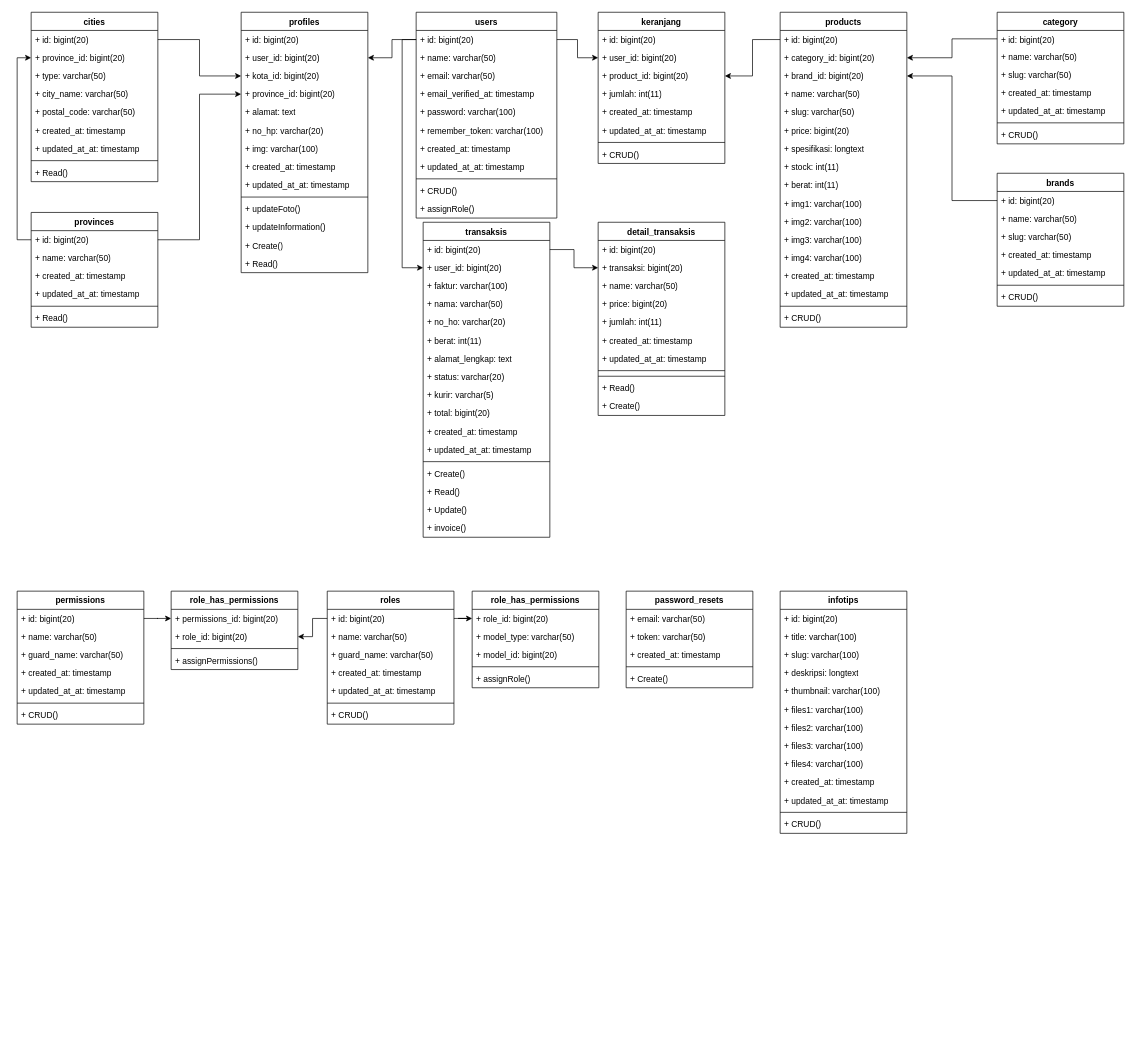
The draw.io diagram page "class" (2 of 2) of classdiagram.drawio in ThikerXCX/umltoko, before the edit. Source tidied: cells renumbered, new cells numbered last; positions are measured from the earlier drawing's top-left corner, leaving out a move shared by most shapes. Both pictures are drawn from the tidied source at 70%, with x=0, y=0 at pixel (17, 12).
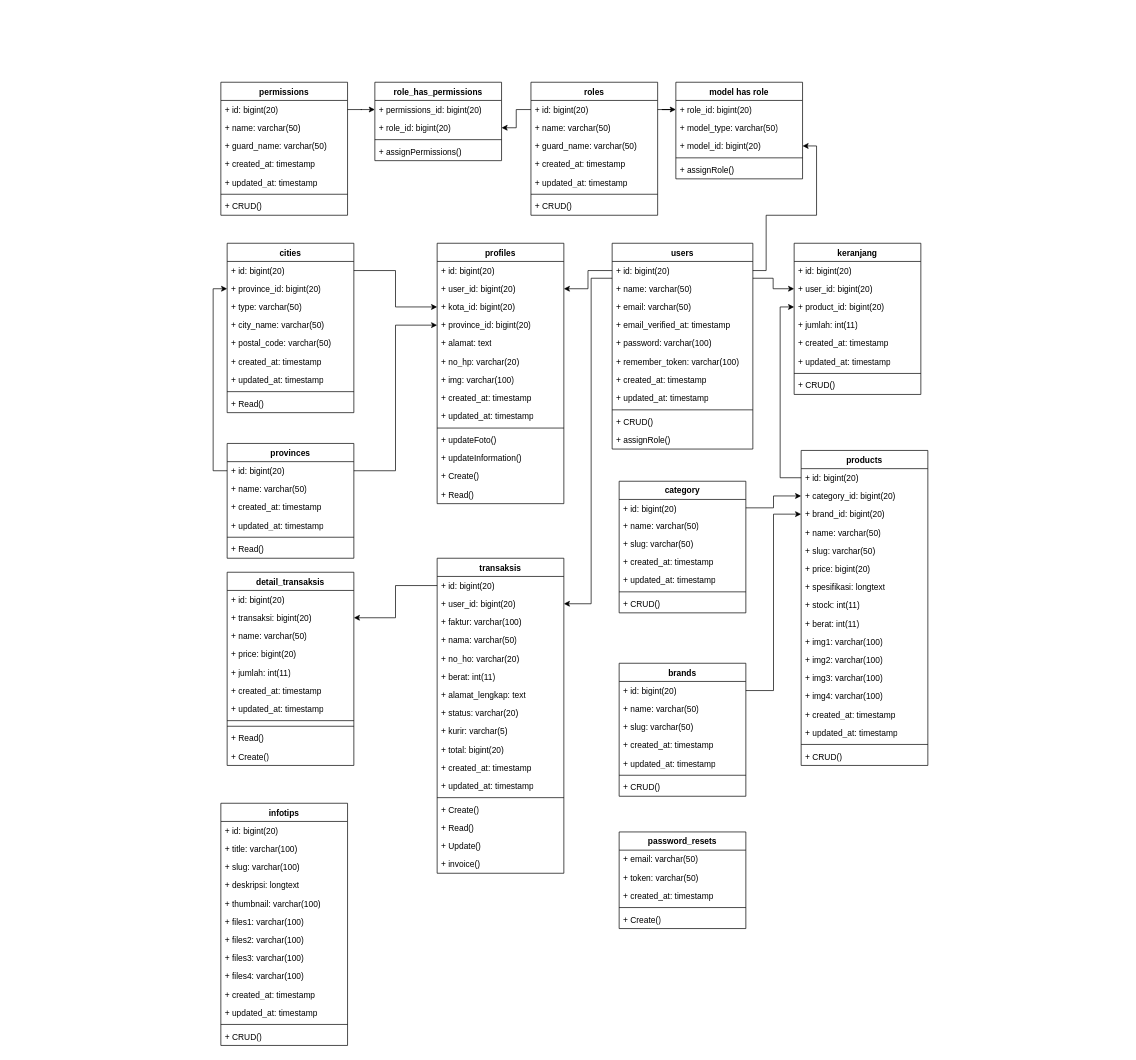
After the change.

Unchanged cells that the change refers to:
```xml
<mxCell id="18" value="+ id: bigint(20)" style="text;strokeColor=none;fillColor=none;align=left;verticalAlign=top;spacingLeft=4;spacingRight=4;overflow=hidden;points=[[0,0.5],[1,0.5]];portConstraint=eastwest;whiteSpace=wrap;html=1;" parent="17" vertex="1">
  <mxGeometry y="26" width="201" height="26" as="geometry" />
</mxCell>
<mxCell id="31" value="+ user_id: bigint(20)" style="text;strokeColor=none;fillColor=none;align=left;verticalAlign=top;spacingLeft=4;spacingRight=4;overflow=hidden;points=[[0,0.5],[1,0.5]];portConstraint=eastwest;whiteSpace=wrap;html=1;" parent="29" vertex="1">
  <mxGeometry y="52" width="181" height="26" as="geometry" />
</mxCell>
<mxCell id="32" value="+ product_id: bigint(20)" style="text;strokeColor=none;fillColor=none;align=left;verticalAlign=top;spacingLeft=4;spacingRight=4;overflow=hidden;points=[[0,0.5],[1,0.5]];portConstraint=eastwest;whiteSpace=wrap;html=1;" parent="29" vertex="1">
  <mxGeometry y="78" width="181" height="26" as="geometry" />
</mxCell>
<mxCell id="39" value="+ id: bigint(20)" style="text;strokeColor=none;fillColor=none;align=left;verticalAlign=top;spacingLeft=4;spacingRight=4;overflow=hidden;points=[[0,0.5],[1,0.5]];portConstraint=eastwest;whiteSpace=wrap;html=1;" parent="38" vertex="1">
  <mxGeometry y="26" width="181" height="26" as="geometry" />
</mxCell>
<mxCell id="98" value="+ user_id: bigint(20)" style="text;strokeColor=none;fillColor=none;align=left;verticalAlign=top;spacingLeft=4;spacingRight=4;overflow=hidden;points=[[0,0.5],[1,0.5]];portConstraint=eastwest;whiteSpace=wrap;html=1;" parent="96" vertex="1">
  <mxGeometry y="52" width="181" height="26" as="geometry" />
</mxCell>
<mxCell id="157" value="+ model_id: bigint(20)" style="text;strokeColor=none;fillColor=none;align=left;verticalAlign=top;spacingLeft=4;spacingRight=4;overflow=hidden;points=[[0,0.5],[1,0.5]];portConstraint=eastwest;whiteSpace=wrap;html=1;" parent="154" vertex="1">
  <mxGeometry y="78" width="181" height="26" as="geometry" />
</mxCell>
```

The edit, as a diff of the source:
```diff
@@
     <mxCell id="2" value="profiles" style="swimlane;fontStyle=1;align=center;verticalAlign=top;horizontal=1;startSize=26;whiteSpace=wrap;html=1;" parent="1" vertex="1">
-      <mxGeometry x="320" width="181" height="372" as="geometry" />
+      <mxGeometry x="600" y="330" width="181" height="372" as="geometry" />
     </mxCell>
@@
-    <mxCell id="11" value="+ updated_at_at: timestamp" style="text;strokeColor=none;fillColor=none;align=left;verticalAlign=top;spacingLeft=4;spacingRight=4;overflow=hidden;whiteSpace=wrap;html=1;" parent="2" vertex="1">
+    <mxCell id="11" value="+ updated_at: timestamp" style="text;strokeColor=none;fillColor=none;align=left;verticalAlign=top;spacingLeft=4;spacingRight=4;overflow=hidden;whiteSpace=wrap;html=1;" parent="2" vertex="1">
       <mxGeometry y="234" width="181" height="26" as="geometry" />
     </mxCell>
@@
     <mxCell id="17" value="users" style="swimlane;fontStyle=1;align=center;verticalAlign=top;horizontal=1;startSize=26;whiteSpace=wrap;html=1;" parent="1" vertex="1">
-      <mxGeometry x="570" width="201" height="294" as="geometry" />
+      <mxGeometry x="850" y="330" width="201" height="294" as="geometry" />
     </mxCell>
@@
-    <mxCell id="25" value="+ updated_at_at: timestamp" style="text;strokeColor=none;fillColor=none;align=left;verticalAlign=top;spacingLeft=4;spacingRight=4;overflow=hidden;whiteSpace=wrap;html=1;" parent="17" vertex="1">
+    <mxCell id="25" value="+ updated_at: timestamp" style="text;strokeColor=none;fillColor=none;align=left;verticalAlign=top;spacingLeft=4;spacingRight=4;overflow=hidden;whiteSpace=wrap;html=1;" parent="17" vertex="1">
       <mxGeometry y="208" width="201" height="26" as="geometry" />
     </mxCell>
@@
     <mxCell id="29" value="keranjang" style="swimlane;fontStyle=1;align=center;verticalAlign=top;horizontal=1;startSize=26;whiteSpace=wrap;html=1;" parent="1" vertex="1">
-      <mxGeometry x="830" width="181" height="216" as="geometry" />
+      <mxGeometry x="1110" y="330" width="181" height="216" as="geometry" />
     </mxCell>
@@
-    <mxCell id="35" value="+ updated_at_at: timestamp" style="text;strokeColor=none;fillColor=none;align=left;verticalAlign=top;spacingLeft=4;spacingRight=4;overflow=hidden;whiteSpace=wrap;html=1;" parent="29" vertex="1">
+    <mxCell id="35" value="+ updated_at: timestamp" style="text;strokeColor=none;fillColor=none;align=left;verticalAlign=top;spacingLeft=4;spacingRight=4;overflow=hidden;whiteSpace=wrap;html=1;" parent="29" vertex="1">
       <mxGeometry y="156" width="181" height="26" as="geometry" />
     </mxCell>
@@
     <mxCell id="38" value="products" style="swimlane;fontStyle=1;align=center;verticalAlign=top;horizontal=1;startSize=26;whiteSpace=wrap;html=1;" parent="1" vertex="1">
-      <mxGeometry x="1090" width="181" height="450" as="geometry" />
+      <mxGeometry x="1120" y="626" width="181" height="450" as="geometry" />
     </mxCell>
@@
-    <mxCell id="53" value="+ updated_at_at: timestamp" style="text;strokeColor=none;fillColor=none;align=left;verticalAlign=top;spacingLeft=4;spacingRight=4;overflow=hidden;whiteSpace=wrap;html=1;" parent="38" vertex="1">
+    <mxCell id="53" value="+ updated_at: timestamp" style="text;strokeColor=none;fillColor=none;align=left;verticalAlign=top;spacingLeft=4;spacingRight=4;overflow=hidden;whiteSpace=wrap;html=1;" parent="38" vertex="1">
       <mxGeometry y="390" width="181" height="26" as="geometry" />
     </mxCell>
@@
     <mxCell id="56" value="cities" style="swimlane;fontStyle=1;align=center;verticalAlign=top;horizontal=1;startSize=26;whiteSpace=wrap;html=1;" parent="1" vertex="1">
-      <mxGeometry x="20" width="181" height="242" as="geometry" />
+      <mxGeometry x="300" y="330" width="181" height="242" as="geometry" />
     </mxCell>
@@
-    <mxCell id="63" value="+ updated_at_at: timestamp" style="text;strokeColor=none;fillColor=none;align=left;verticalAlign=top;spacingLeft=4;spacingRight=4;overflow=hidden;whiteSpace=wrap;html=1;" parent="56" vertex="1">
+    <mxCell id="63" value="+ updated_at: timestamp" style="text;strokeColor=none;fillColor=none;align=left;verticalAlign=top;spacingLeft=4;spacingRight=4;overflow=hidden;whiteSpace=wrap;html=1;" parent="56" vertex="1">
       <mxGeometry y="182" width="181" height="26" as="geometry" />
     </mxCell>
@@
     <mxCell id="66" value="category" style="swimlane;fontStyle=1;align=center;verticalAlign=top;horizontal=1;startSize=26;whiteSpace=wrap;html=1;" parent="1" vertex="1">
-      <mxGeometry x="1400" width="181" height="188" as="geometry" />
+      <mxGeometry x="860" y="670" width="181" height="188" as="geometry" />
     </mxCell>
@@
-    <mxCell id="71" value="+ updated_at_at: timestamp" style="text;strokeColor=none;fillColor=none;align=left;verticalAlign=top;spacingLeft=4;spacingRight=4;overflow=hidden;whiteSpace=wrap;html=1;" parent="66" vertex="1">
+    <mxCell id="71" value="+ updated_at: timestamp" style="text;strokeColor=none;fillColor=none;align=left;verticalAlign=top;spacingLeft=4;spacingRight=4;overflow=hidden;whiteSpace=wrap;html=1;" parent="66" vertex="1">
       <mxGeometry y="128" width="181" height="26" as="geometry" />
     </mxCell>
@@
     <mxCell id="74" value="brands" style="swimlane;fontStyle=1;align=center;verticalAlign=top;horizontal=1;startSize=26;whiteSpace=wrap;html=1;" parent="1" vertex="1">
-      <mxGeometry x="1400" y="230" width="181" height="190" as="geometry" />
+      <mxGeometry x="860" y="930" width="181" height="190" as="geometry" />
     </mxCell>
@@
-    <mxCell id="79" value="+ updated_at_at: timestamp" style="text;strokeColor=none;fillColor=none;align=left;verticalAlign=top;spacingLeft=4;spacingRight=4;overflow=hidden;whiteSpace=wrap;html=1;" parent="74" vertex="1">
+    <mxCell id="79" value="+ updated_at: timestamp" style="text;strokeColor=none;fillColor=none;align=left;verticalAlign=top;spacingLeft=4;spacingRight=4;overflow=hidden;whiteSpace=wrap;html=1;" parent="74" vertex="1">
       <mxGeometry y="130" width="181" height="26" as="geometry" />
     </mxCell>
@@
     <mxCell id="82" value="infotips" style="swimlane;fontStyle=1;align=center;verticalAlign=top;horizontal=1;startSize=26;whiteSpace=wrap;html=1;" parent="1" vertex="1">
-      <mxGeometry x="1090" y="827" width="181" height="346" as="geometry" />
+      <mxGeometry x="291" y="1130" width="181" height="346" as="geometry" />
     </mxCell>
@@
-    <mxCell id="93" value="+ updated_at_at: timestamp" style="text;strokeColor=none;fillColor=none;align=left;verticalAlign=top;spacingLeft=4;spacingRight=4;overflow=hidden;whiteSpace=wrap;html=1;" parent="82" vertex="1">
+    <mxCell id="93" value="+ updated_at: timestamp" style="text;strokeColor=none;fillColor=none;align=left;verticalAlign=top;spacingLeft=4;spacingRight=4;overflow=hidden;whiteSpace=wrap;html=1;" parent="82" vertex="1">
       <mxGeometry y="286" width="181" height="26" as="geometry" />
     </mxCell>
@@
     <mxCell id="96" value="transaksis" style="swimlane;fontStyle=1;align=center;verticalAlign=top;horizontal=1;startSize=26;whiteSpace=wrap;html=1;" parent="1" vertex="1">
-      <mxGeometry x="580" y="300" width="181" height="450" as="geometry" />
+      <mxGeometry x="600" y="780" width="181" height="450" as="geometry" />
     </mxCell>
@@
-    <mxCell id="108" value="+ updated_at_at: timestamp" style="text;strokeColor=none;fillColor=none;align=left;verticalAlign=top;spacingLeft=4;spacingRight=4;overflow=hidden;whiteSpace=wrap;html=1;" parent="96" vertex="1">
+    <mxCell id="108" value="+ updated_at: timestamp" style="text;strokeColor=none;fillColor=none;align=left;verticalAlign=top;spacingLeft=4;spacingRight=4;overflow=hidden;whiteSpace=wrap;html=1;" parent="96" vertex="1">
       <mxGeometry y="312" width="181" height="26" as="geometry" />
     </mxCell>
@@
     <mxCell id="114" value="detail_transaksis" style="swimlane;fontStyle=1;align=center;verticalAlign=top;horizontal=1;startSize=26;whiteSpace=wrap;html=1;" parent="1" vertex="1">
-      <mxGeometry x="830" y="300" width="181" height="276" as="geometry" />
+      <mxGeometry x="300" y="800" width="181" height="276" as="geometry" />
     </mxCell>
@@
-    <mxCell id="121" value="+ updated_at_at: timestamp" style="text;strokeColor=none;fillColor=none;align=left;verticalAlign=top;spacingLeft=4;spacingRight=4;overflow=hidden;whiteSpace=wrap;html=1;" parent="114" vertex="1">
+    <mxCell id="121" value="+ updated_at: timestamp" style="text;strokeColor=none;fillColor=none;align=left;verticalAlign=top;spacingLeft=4;spacingRight=4;overflow=hidden;whiteSpace=wrap;html=1;" parent="114" vertex="1">
       <mxGeometry y="182" width="181" height="26" as="geometry" />
     </mxCell>
@@
     <mxCell id="126" value="provinces" style="swimlane;fontStyle=1;align=center;verticalAlign=top;horizontal=1;startSize=26;whiteSpace=wrap;html=1;" parent="1" vertex="1">
-      <mxGeometry x="20" y="286" width="181" height="164" as="geometry" />
+      <mxGeometry x="300" y="616" width="181" height="164" as="geometry" />
     </mxCell>
@@
-    <mxCell id="130" value="+ updated_at_at: timestamp" style="text;strokeColor=none;fillColor=none;align=left;verticalAlign=top;spacingLeft=4;spacingRight=4;overflow=hidden;whiteSpace=wrap;html=1;" parent="126" vertex="1">
+    <mxCell id="130" value="+ updated_at: timestamp" style="text;strokeColor=none;fillColor=none;align=left;verticalAlign=top;spacingLeft=4;spacingRight=4;overflow=hidden;whiteSpace=wrap;html=1;" parent="126" vertex="1">
       <mxGeometry y="104" width="181" height="26" as="geometry" />
     </mxCell>
@@
     <mxCell id="133" value="permissions" style="swimlane;fontStyle=1;align=center;verticalAlign=top;horizontal=1;startSize=26;whiteSpace=wrap;html=1;" parent="1" vertex="1">
-      <mxGeometry y="827" width="181" height="190" as="geometry" />
+      <mxGeometry x="291" y="100" width="181" height="190" as="geometry" />
     </mxCell>
@@
-    <mxCell id="138" value="+ updated_at_at: timestamp" style="text;strokeColor=none;fillColor=none;align=left;verticalAlign=top;spacingLeft=4;spacingRight=4;overflow=hidden;whiteSpace=wrap;html=1;" parent="133" vertex="1">
+    <mxCell id="138" value="+ updated_at: timestamp" style="text;strokeColor=none;fillColor=none;align=left;verticalAlign=top;spacingLeft=4;spacingRight=4;overflow=hidden;whiteSpace=wrap;html=1;" parent="133" vertex="1">
       <mxGeometry y="130" width="181" height="26" as="geometry" />
     </mxCell>
@@
     <mxCell id="141" value="role_has_permissions" style="swimlane;fontStyle=1;align=center;verticalAlign=top;horizontal=1;startSize=26;whiteSpace=wrap;html=1;" parent="1" vertex="1">
-      <mxGeometry x="220" y="827" width="181" height="112" as="geometry" />
+      <mxGeometry x="511" y="100" width="181" height="112" as="geometry" />
     </mxCell>
@@
     <mxCell id="146" value="roles" style="swimlane;fontStyle=1;align=center;verticalAlign=top;horizontal=1;startSize=26;whiteSpace=wrap;html=1;" parent="1" vertex="1">
-      <mxGeometry x="443" y="827" width="181" height="190" as="geometry" />
+      <mxGeometry x="734" y="100" width="181" height="190" as="geometry" />
     </mxCell>
@@
-    <mxCell id="151" value="+ updated_at_at: timestamp" style="text;strokeColor=none;fillColor=none;align=left;verticalAlign=top;spacingLeft=4;spacingRight=4;overflow=hidden;whiteSpace=wrap;html=1;" parent="146" vertex="1">
+    <mxCell id="151" value="+ updated_at: timestamp" style="text;strokeColor=none;fillColor=none;align=left;verticalAlign=top;spacingLeft=4;spacingRight=4;overflow=hidden;whiteSpace=wrap;html=1;" parent="146" vertex="1">
       <mxGeometry y="130" width="181" height="26" as="geometry" />
     </mxCell>
@@
-    <mxCell id="154" value="role_has_permissions" style="swimlane;fontStyle=1;align=center;verticalAlign=top;horizontal=1;startSize=26;whiteSpace=wrap;html=1;" parent="1" vertex="1">
-      <mxGeometry x="650" y="827" width="181" height="138" as="geometry" />
+    <mxCell id="154" value="model has role" style="swimlane;fontStyle=1;align=center;verticalAlign=top;horizontal=1;startSize=26;whiteSpace=wrap;html=1;" parent="1" vertex="1">
+      <mxGeometry x="941" y="100" width="181" height="138" as="geometry" />
     </mxCell>
@@
     <mxCell id="160" value="password_resets" style="swimlane;fontStyle=1;align=center;verticalAlign=top;horizontal=1;startSize=26;whiteSpace=wrap;html=1;" parent="1" vertex="1">
-      <mxGeometry x="870" y="827" width="181" height="138" as="geometry" />
+      <mxGeometry x="860" y="1171" width="181" height="138" as="geometry" />
     </mxCell>
@@
-    <mxCell id="168" style="edgeStyle=orthogonalEdgeStyle;rounded=0;jettySize=auto;html=1;entryX=1;entryY=0.5;entryDx=0;entryDy=0;" parent="1" edge="1" source="39" target="32">
+    <mxCell id="168" style="edgeStyle=orthogonalEdgeStyle;rounded=0;jettySize=auto;html=1;entryX=0;entryY=0.5;entryDx=0;entryDy=0;" parent="1" edge="1" source="39" target="32">
       <mxGeometry relative="1" as="geometry" />
     </mxCell>
     <mxCell id="169" style="edgeStyle=orthogonalEdgeStyle;rounded=0;jettySize=auto;html=1;" parent="1" edge="1" source="18" target="31">
-      <mxGeometry relative="1" as="geometry" />
+      <mxGeometry relative="1" as="geometry">
+        <Array as="points">
+          <mxPoint x="1080" y="380" />
+          <mxPoint x="1080" y="395" />
+        </Array>
+      </mxGeometry>
     </mxCell>
@@
-    <mxCell id="174" style="edgeStyle=orthogonalEdgeStyle;rounded=0;jettySize=auto;html=1;entryX=0;entryY=0.5;entryDx=0;entryDy=0;" parent="1" edge="1" source="18" target="98">
-      <mxGeometry relative="1" as="geometry" />
+    <mxCell id="174" style="edgeStyle=orthogonalEdgeStyle;rounded=0;jettySize=auto;html=1;" parent="1" edge="1" source="18" target="98">
+      <mxGeometry relative="1" as="geometry">
+        <Array as="points">
+          <mxPoint x="820" y="380" />
+          <mxPoint x="820" y="845" />
+        </Array>
+      </mxGeometry>
     </mxCell>
@@
+    <mxCell id="179" style="edgeStyle=orthogonalEdgeStyle;rounded=0;jettySize=auto;html=1;entryX=1;entryY=0.5;entryDx=0;entryDy=0;" parent="1" edge="1" source="18" target="157">
+      <mxGeometry relative="1" as="geometry">
+        <Array as="points">
+          <mxPoint x="1070" y="369" />
+          <mxPoint x="1070" y="290" />
+          <mxPoint x="1142" y="290" />
+          <mxPoint x="1142" y="191" />
+        </Array>
+      </mxGeometry>
+    </mxCell>
```
